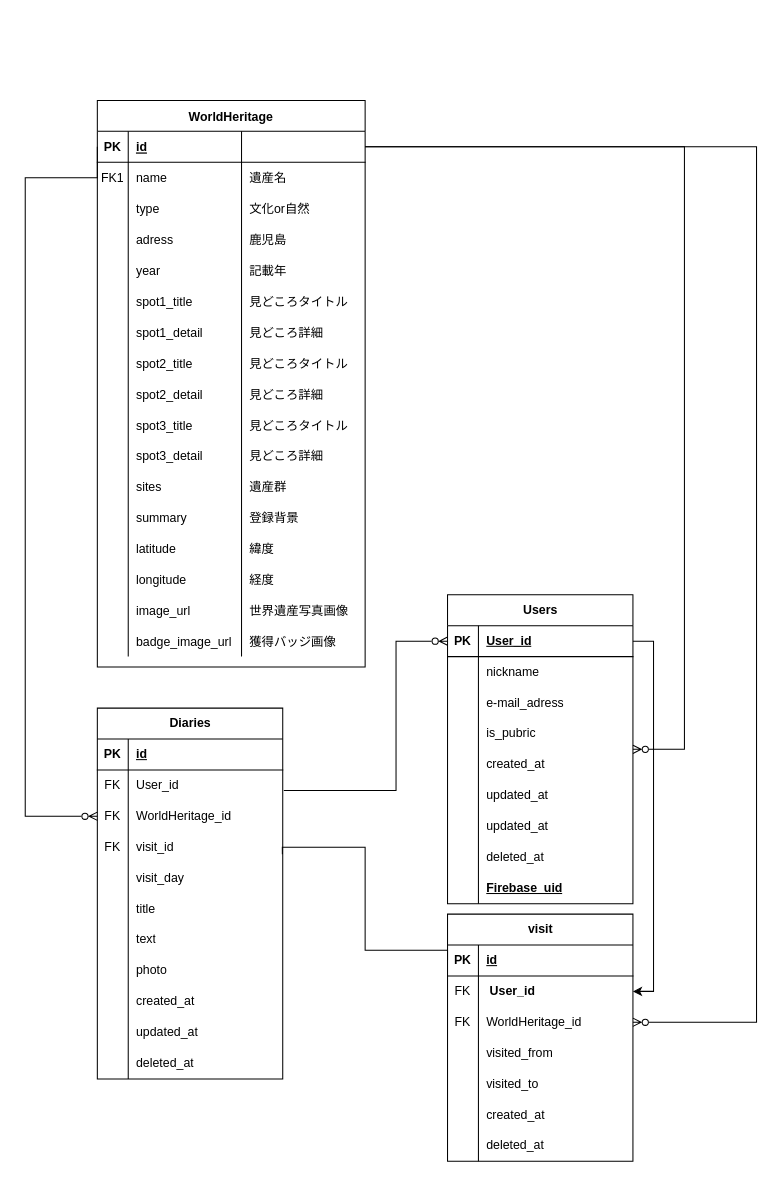
Before: docs/architecture.drawio in toyama-e/japan-heritage-guide, a draw.io diagram. Source tidied: cells renumbered, new cells numbered last; positions are measured from the earlier drawing's top-left corner, leaving out a move shared by most shapes. Both pictures are drawn from the tidied source at 103%, with x=0, y=0 at pixel (25, 100).
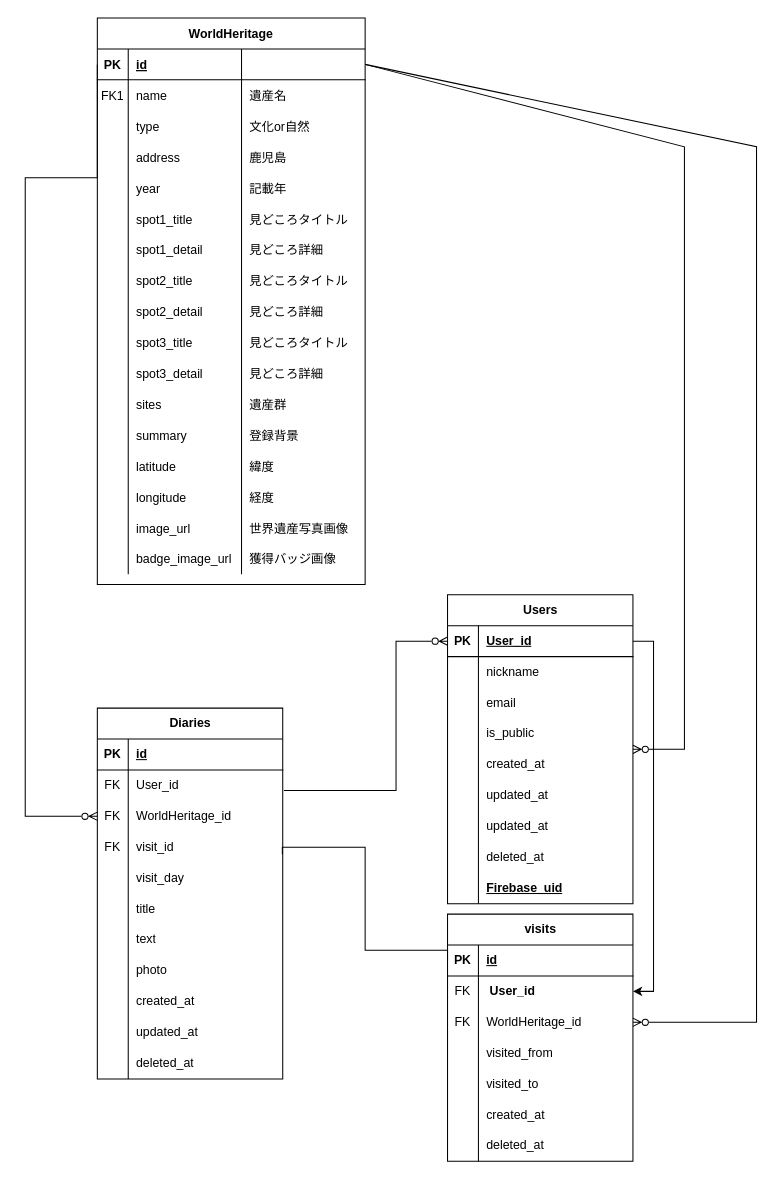
Above is the later version.

The change refers to these unchanged cells:
```xml
<mxCell id="15" style="shape=partialRectangle;fillColor=none;top=0;left=0;right=0;bottom=0;" parent="2" vertex="1">
  <mxGeometry y="120" width="260" height="30" as="geometry" />
</mxCell>
<mxCell id="142" style="shape=tableRow;horizontal=0;startSize=0;swimlaneHead=0;swimlaneBody=0;fillColor=none;top=0;left=0;right=0;bottom=0;" parent="135" vertex="1">
  <mxGeometry y="90" width="180" height="30" as="geometry" />
</mxCell>
<mxCell id="145" style="shape=tableRow;horizontal=0;startSize=0;swimlaneHead=0;swimlaneBody=0;fillColor=none;top=0;left=0;right=0;bottom=0;" parent="135" vertex="1">
  <mxGeometry y="120" width="180" height="30" as="geometry" />
</mxCell>
```

Change to the diagram source:
```diff
@@
     <mxCell id="2" value="WorldHeritage" style="shape=table;startSize=30;childLayout=tableLayout;rowLines=0;fontStyle=1;align=center;" parent="1" vertex="1">
-      <mxGeometry x="70" width="260" height="550" as="geometry" />
+      <mxGeometry x="70" y="-80" width="260" height="550" as="geometry" />
     </mxCell>
@@
-    <mxCell id="17" value="adress" style="shape=partialRectangle;overflow=hidden;fillColor=none;top=0;left=0;bottom=0;right=0;align=left;spacingLeft=6;" parent="15" vertex="1">
+    <mxCell id="17" value="address" style="shape=partialRectangle;overflow=hidden;fillColor=none;top=0;left=0;bottom=0;right=0;align=left;spacingLeft=6;" parent="15" vertex="1">
       <mxGeometry x="30" width="110" height="30" as="geometry" />
     </mxCell>
@@
-    <mxCell id="107" value="visit" style="shape=table;startSize=30;childLayout=tableLayout;rowLines=0;fontStyle=1;align=center;html=1;" parent="1" vertex="1">
+    <mxCell id="107" value="visits" style="shape=table;startSize=30;childLayout=tableLayout;rowLines=0;fontStyle=1;align=center;html=1;" parent="1" vertex="1">
       <mxGeometry x="410" y="790" width="180" height="240" as="geometry" />
     </mxCell>
@@
-    <mxCell id="144" value="e-mail_adress" style="shape=partialRectangle;fillColor=none;top=0;left=0;bottom=0;right=0;align=left;spacingLeft=6;overflow=hidden;whiteSpace=wrap;html=1;" parent="142" vertex="1">
+    <mxCell id="144" value="email" style="shape=partialRectangle;fillColor=none;top=0;left=0;bottom=0;right=0;align=left;spacingLeft=6;overflow=hidden;whiteSpace=wrap;html=1;" parent="142" vertex="1">
       <mxGeometry x="30" width="150" height="30" as="geometry" />
     </mxCell>
@@
-    <mxCell id="147" value="is_pubric" style="shape=partialRectangle;fillColor=none;top=0;left=0;bottom=0;right=0;align=left;spacingLeft=6;overflow=hidden;whiteSpace=wrap;html=1;" parent="145" vertex="1">
+    <mxCell id="147" value="is_public" style="shape=partialRectangle;fillColor=none;top=0;left=0;bottom=0;right=0;align=left;spacingLeft=6;overflow=hidden;whiteSpace=wrap;html=1;" parent="145" vertex="1">
       <mxGeometry x="30" width="150" height="30" as="geometry" />
     </mxCell>
```
